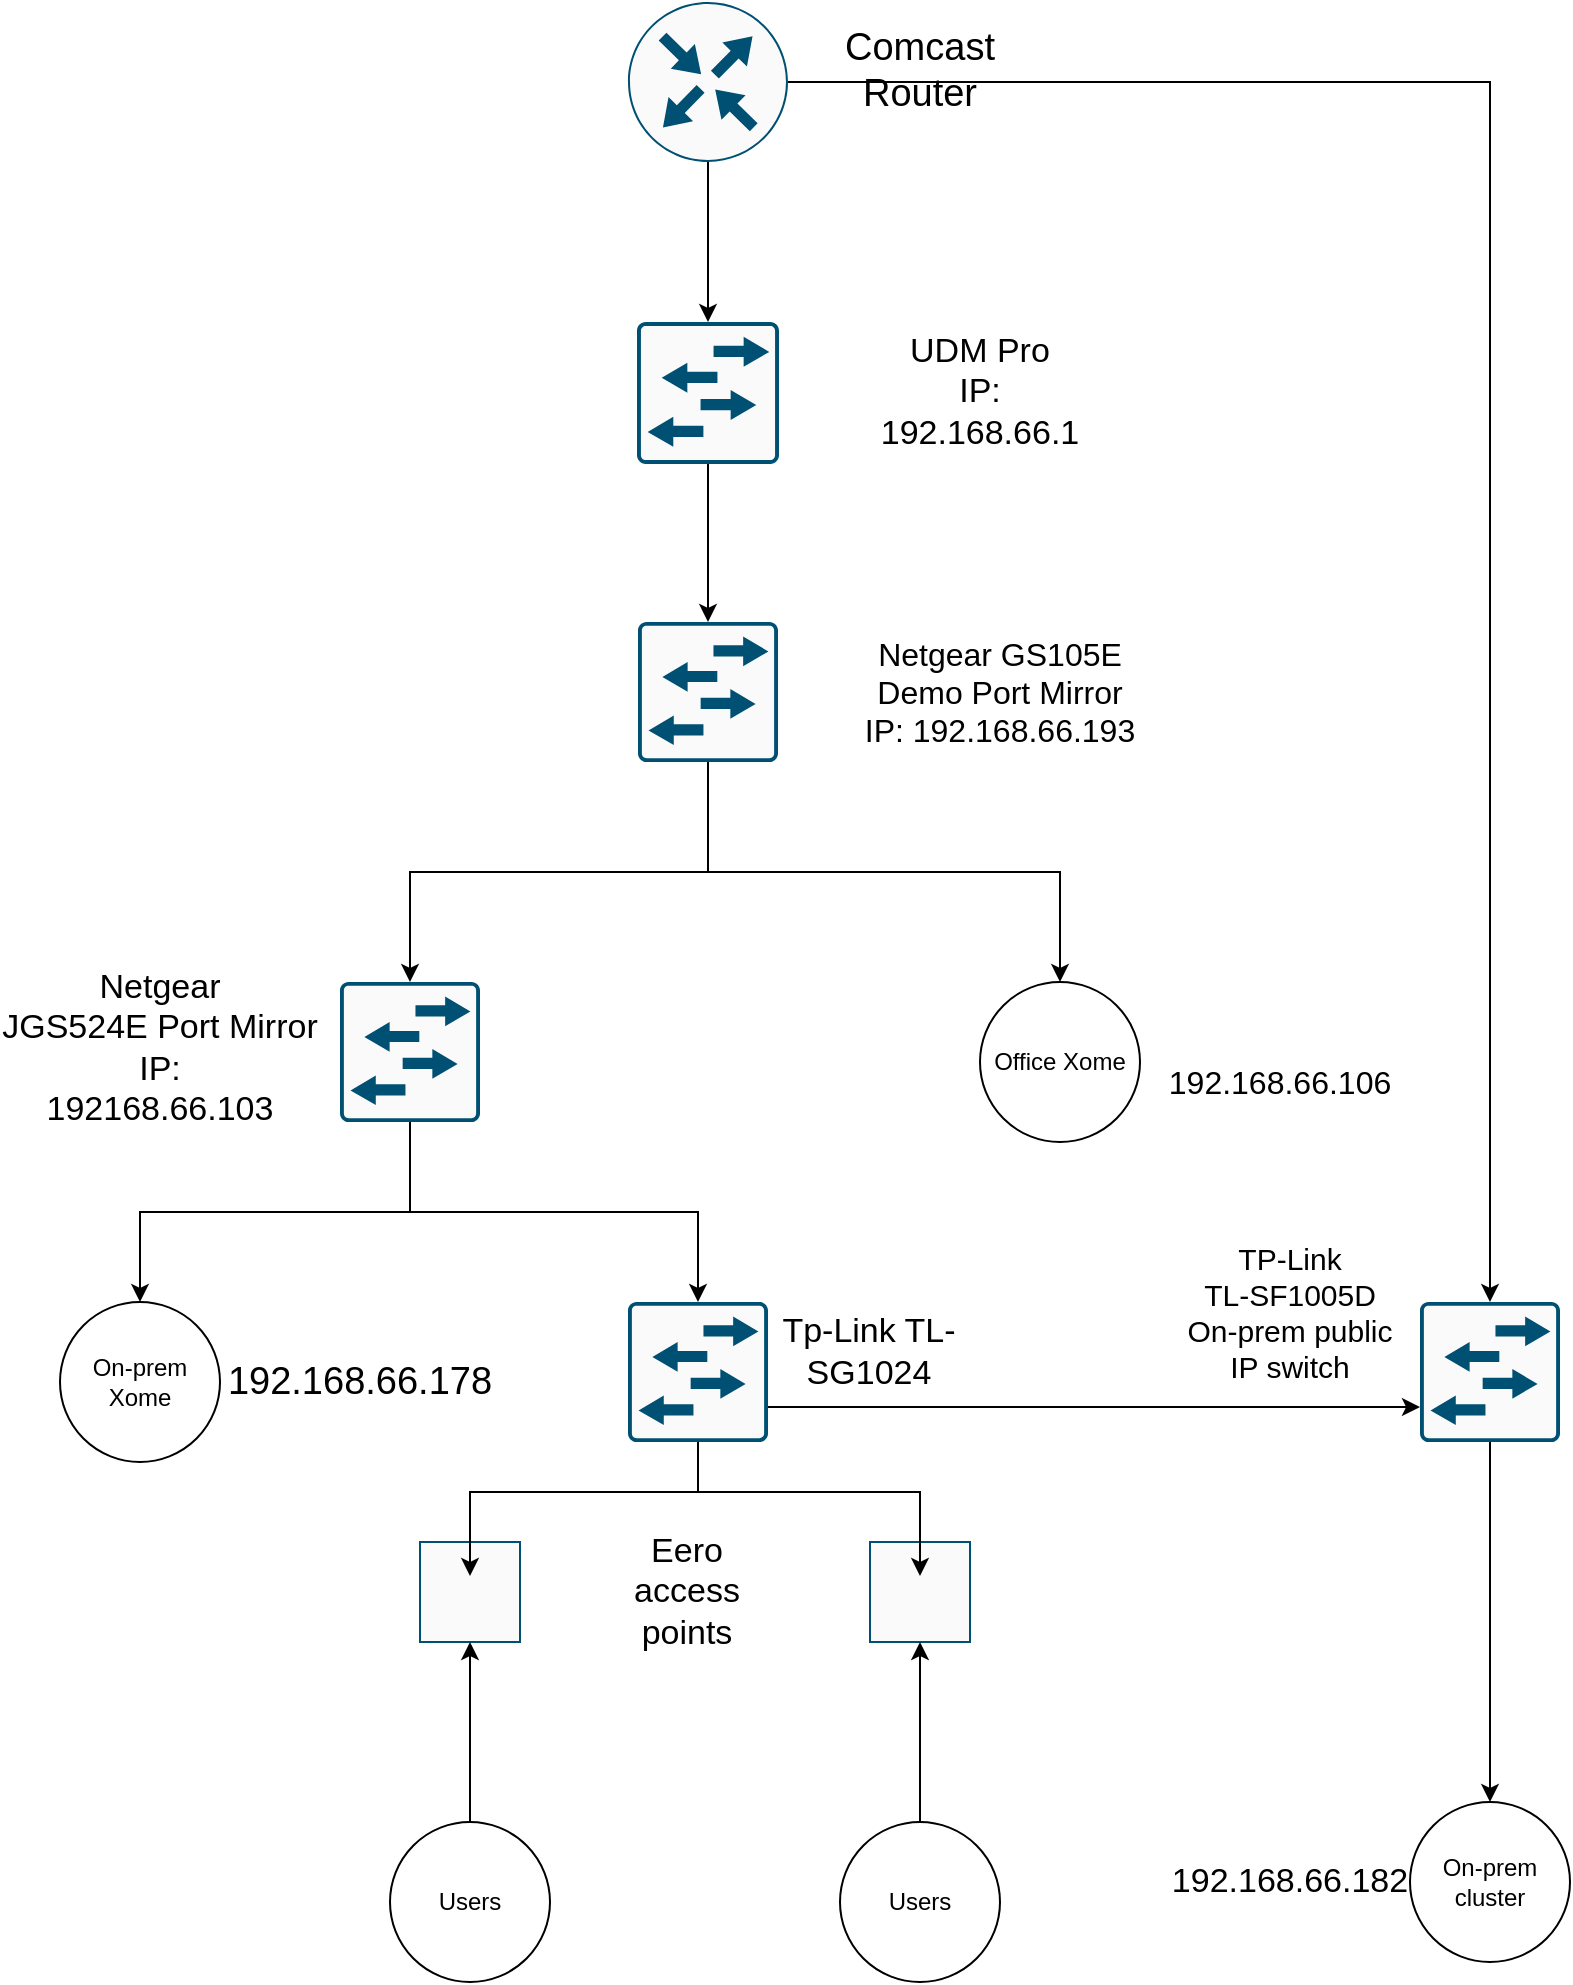
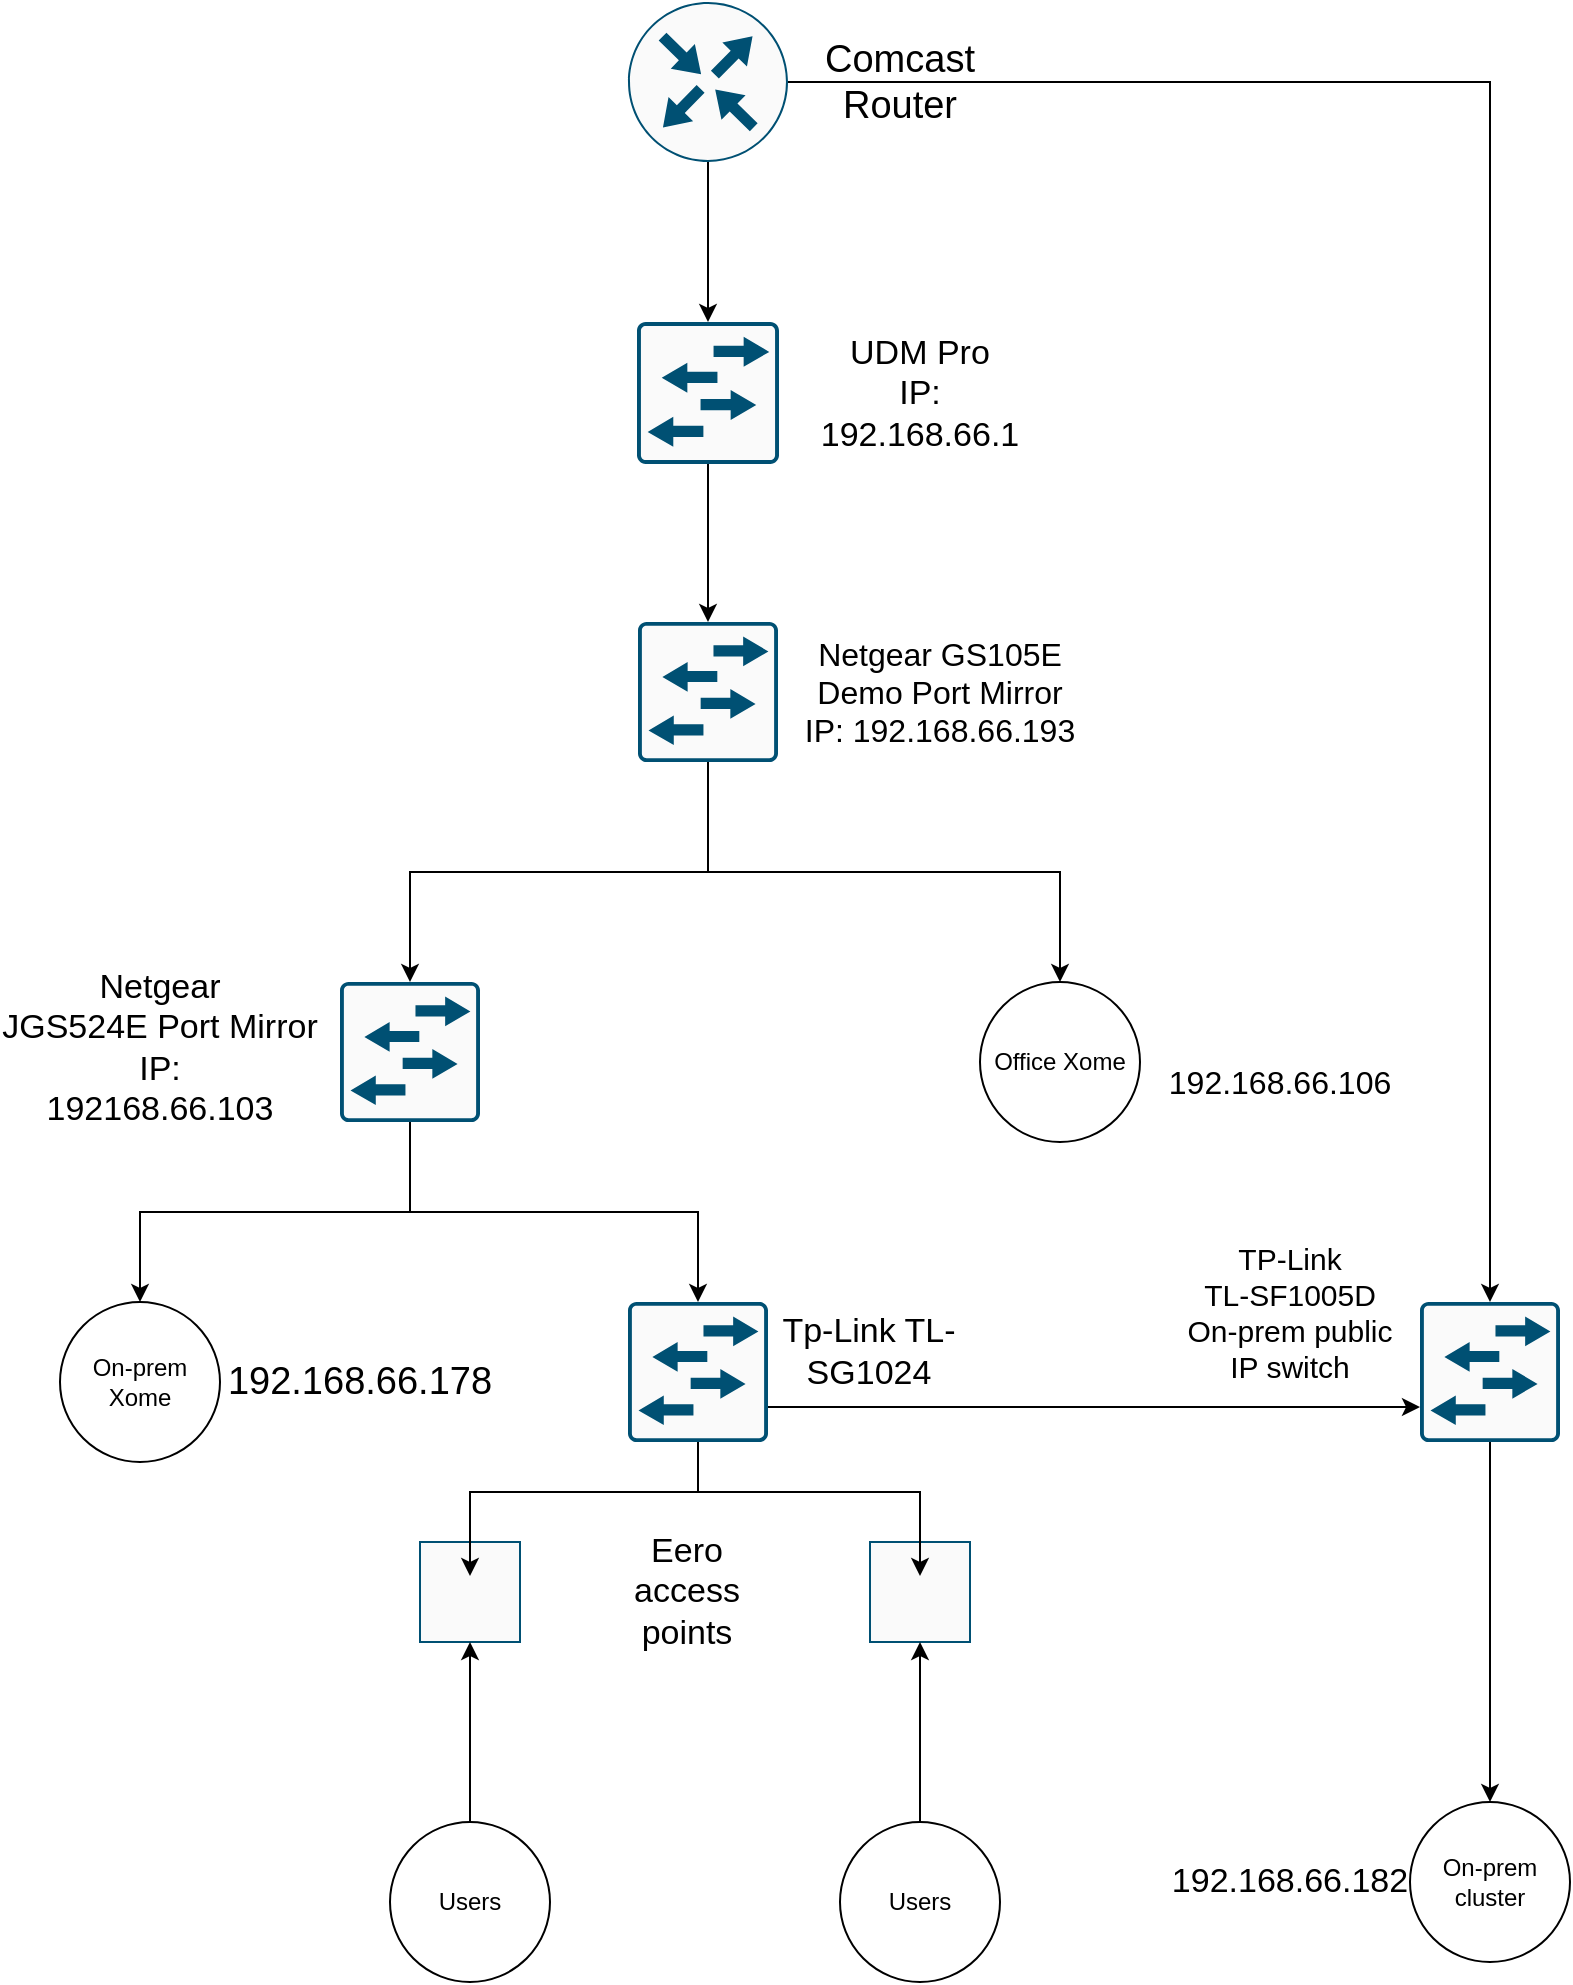
- <mxfile host="app.diagrams.net" agent="Mozilla/5.0 (Windows NT 10.0; Win64; x64) AppleWebKit/537.36 (KHTML, like Gecko) Chrome/146.0.0.0 Safari/537.36" version="29.6.1">
+ <mxfile host="app.diagrams.net" agent="Mozilla/5.0 (Windows NT 10.0; Win64; x64) AppleWebKit/537.36 (KHTML, like Gecko) Chrome/146.0.0.0 Safari/537.36" version="29.6.3">
  <diagram name="Page-1" id="R-Y7KBuCbYG2AV0lnIDv">
-     <mxGraphModel dx="2037" dy="1110" grid="1" gridSize="10" guides="1" tooltips="1" connect="1" arrows="1" fold="1" page="1" pageScale="1" pageWidth="850" pageHeight="1100" math="0" shadow="0">
+     <mxGraphModel dx="1901" dy="1036" grid="1" gridSize="10" guides="1" tooltips="1" connect="1" arrows="1" fold="1" page="1" pageScale="1" pageWidth="850" pageHeight="1100" math="0" shadow="0">
      <root>
        <mxCell id="0" />
        <mxCell id="1" parent="0" />
        <mxCell id="pAvqiTL6ukbmrRwUFuv0-3" parent="1" style="text;html=1;whiteSpace=wrap;strokeColor=none;fillColor=none;align=center;verticalAlign=middle;rounded=0;" value="&lt;font style=&quot;font-size: 19px;&quot;&gt;Comcast Router&lt;/font&gt;" vertex="1">
-           <mxGeometry height="30" width="60" x="480" y="59" as="geometry" />
+           <mxGeometry height="30" width="60" x="469.5" y="65" as="geometry" />
        </mxCell>
        <mxCell id="pAvqiTL6ukbmrRwUFuv0-4" parent="1" style="sketch=0;points=[[0.015,0.015,0],[0.985,0.015,0],[0.985,0.985,0],[0.015,0.985,0],[0.25,0,0],[0.5,0,0],[0.75,0,0],[1,0.25,0],[1,0.5,0],[1,0.75,0],[0.75,1,0],[0.5,1,0],[0.25,1,0],[0,0.75,0],[0,0.5,0],[0,0.25,0]];verticalLabelPosition=bottom;html=1;verticalAlign=top;aspect=fixed;align=center;pointerEvents=1;shape=mxgraph.cisco19.rect;prIcon=l2_switch;fillColor=#FAFAFA;strokeColor=#005073;" value="" vertex="1">
          <mxGeometry height="71" width="71" x="368.5" y="200" as="geometry" />
        </mxCell>
        <mxCell id="pAvqiTL6ukbmrRwUFuv0-7" parent="1" style="sketch=0;points=[[0.5,0,0],[1,0.5,0],[0.5,1,0],[0,0.5,0],[0.145,0.145,0],[0.8555,0.145,0],[0.855,0.8555,0],[0.145,0.855,0]];verticalLabelPosition=bottom;html=1;verticalAlign=top;aspect=fixed;align=center;pointerEvents=1;shape=mxgraph.cisco19.rect;prIcon=router;fillColor=#FAFAFA;strokeColor=#005073;" value="" vertex="1">
          <mxGeometry height="80" width="80" x="364" y="40" as="geometry" />
        </mxCell>
        <mxCell id="pAvqiTL6ukbmrRwUFuv0-8" edge="1" parent="1" source="pAvqiTL6ukbmrRwUFuv0-7" style="edgeStyle=orthogonalEdgeStyle;rounded=0;orthogonalLoop=1;jettySize=auto;html=1;exitX=0.5;exitY=1;exitDx=0;exitDy=0;exitPerimeter=0;entryX=0.5;entryY=0;entryDx=0;entryDy=0;entryPerimeter=0;" target="pAvqiTL6ukbmrRwUFuv0-4">
          <mxGeometry relative="1" as="geometry" />
        </mxCell>
        <mxCell id="pAvqiTL6ukbmrRwUFuv0-9" parent="1" style="text;html=1;whiteSpace=wrap;strokeColor=none;fillColor=none;align=center;verticalAlign=middle;rounded=0;" value="&lt;font style=&quot;font-size: 17px;&quot;&gt;UDM Pro&lt;/font&gt;&lt;div&gt;&lt;font style=&quot;font-size: 17px;&quot;&gt;IP:&lt;/font&gt;&lt;/div&gt;&lt;div&gt;&lt;font style=&quot;font-size: 17px;&quot;&gt;192.168.66.1&lt;/font&gt;&lt;/div&gt;" vertex="1">
-           <mxGeometry height="70" width="120" x="480" y="200" as="geometry" />
+           <mxGeometry height="70" width="120" x="450" y="201" as="geometry" />
        </mxCell>
        <mxCell id="pAvqiTL6ukbmrRwUFuv0-14" edge="1" parent="1" source="pAvqiTL6ukbmrRwUFuv0-10" style="edgeStyle=orthogonalEdgeStyle;rounded=0;orthogonalLoop=1;jettySize=auto;html=1;exitX=0.5;exitY=1;exitDx=0;exitDy=0;exitPerimeter=0;entryX=0.5;entryY=0;entryDx=0;entryDy=0;" target="pAvqiTL6ukbmrRwUFuv0-13">
          <mxGeometry relative="1" as="geometry" />
        </mxCell>
        <mxCell id="pAvqiTL6ukbmrRwUFuv0-10" parent="1" style="sketch=0;points=[[0.015,0.015,0],[0.985,0.015,0],[0.985,0.985,0],[0.015,0.985,0],[0.25,0,0],[0.5,0,0],[0.75,0,0],[1,0.25,0],[1,0.5,0],[1,0.75,0],[0.75,1,0],[0.5,1,0],[0.25,1,0],[0,0.75,0],[0,0.5,0],[0,0.25,0]];verticalLabelPosition=bottom;html=1;verticalAlign=top;aspect=fixed;align=center;pointerEvents=1;shape=mxgraph.cisco19.rect;prIcon=l2_switch;fillColor=#FAFAFA;strokeColor=#005073;" value="" vertex="1">
          <mxGeometry height="70" width="70" x="369" y="350" as="geometry" />
        </mxCell>
        <mxCell id="pAvqiTL6ukbmrRwUFuv0-11" edge="1" parent="1" source="pAvqiTL6ukbmrRwUFuv0-4" style="edgeStyle=orthogonalEdgeStyle;rounded=0;orthogonalLoop=1;jettySize=auto;html=1;exitX=0.5;exitY=1;exitDx=0;exitDy=0;exitPerimeter=0;entryX=0.5;entryY=0;entryDx=0;entryDy=0;entryPerimeter=0;" target="pAvqiTL6ukbmrRwUFuv0-10">
          <mxGeometry relative="1" as="geometry" />
        </mxCell>
        <mxCell id="pAvqiTL6ukbmrRwUFuv0-12" parent="1" style="text;html=1;whiteSpace=wrap;strokeColor=none;fillColor=none;align=center;verticalAlign=middle;rounded=0;" value="&lt;font style=&quot;font-size: 16px;&quot;&gt;Netgear GS105E Demo Port Mirror&lt;/font&gt;&lt;div&gt;&lt;font style=&quot;font-size: 16px;&quot;&gt;IP: 192.168.66.193&lt;/font&gt;&lt;/div&gt;" vertex="1">
-           <mxGeometry height="90" width="160" x="470" y="340" as="geometry" />
+           <mxGeometry height="90" width="160" x="440" y="340" as="geometry" />
        </mxCell>
        <mxCell id="pAvqiTL6ukbmrRwUFuv0-13" parent="1" style="ellipse;whiteSpace=wrap;html=1;aspect=fixed;" value="Office Xome" vertex="1">
          <mxGeometry height="80" width="80" x="540" y="530" as="geometry" />
        </mxCell>
        <mxCell id="pAvqiTL6ukbmrRwUFuv0-21" edge="1" parent="1" source="pAvqiTL6ukbmrRwUFuv0-16" style="edgeStyle=orthogonalEdgeStyle;rounded=0;orthogonalLoop=1;jettySize=auto;html=1;exitX=0.5;exitY=1;exitDx=0;exitDy=0;exitPerimeter=0;entryX=0.5;entryY=0;entryDx=0;entryDy=0;" target="pAvqiTL6ukbmrRwUFuv0-20">
          <mxGeometry relative="1" as="geometry" />
        </mxCell>
        <mxCell id="pAvqiTL6ukbmrRwUFuv0-16" parent="1" style="sketch=0;points=[[0.015,0.015,0],[0.985,0.015,0],[0.985,0.985,0],[0.015,0.985,0],[0.25,0,0],[0.5,0,0],[0.75,0,0],[1,0.25,0],[1,0.5,0],[1,0.75,0],[0.75,1,0],[0.5,1,0],[0.25,1,0],[0,0.75,0],[0,0.5,0],[0,0.25,0]];verticalLabelPosition=bottom;html=1;verticalAlign=top;aspect=fixed;align=center;pointerEvents=1;shape=mxgraph.cisco19.rect;prIcon=l2_switch;fillColor=#FAFAFA;strokeColor=#005073;" value="" vertex="1">
          <mxGeometry height="70" width="70" x="220" y="530" as="geometry" />
        </mxCell>
        <mxCell id="pAvqiTL6ukbmrRwUFuv0-17" edge="1" parent="1" source="pAvqiTL6ukbmrRwUFuv0-10" style="edgeStyle=orthogonalEdgeStyle;rounded=0;orthogonalLoop=1;jettySize=auto;html=1;exitX=0.5;exitY=1;exitDx=0;exitDy=0;exitPerimeter=0;entryX=0.5;entryY=0;entryDx=0;entryDy=0;entryPerimeter=0;" target="pAvqiTL6ukbmrRwUFuv0-16">
          <mxGeometry relative="1" as="geometry" />
        </mxCell>
        <mxCell id="pAvqiTL6ukbmrRwUFuv0-18" parent="1" style="text;html=1;whiteSpace=wrap;strokeColor=none;fillColor=none;align=center;verticalAlign=middle;rounded=0;" value="&lt;font style=&quot;font-size: 17px;&quot;&gt;Netgear&lt;/font&gt;&lt;div&gt;&lt;font style=&quot;font-size: 17px;&quot;&gt;JGS524E Port Mirror IP:&lt;/font&gt;&lt;/div&gt;&lt;div&gt;&lt;font style=&quot;font-size: 17px;&quot;&gt;192168.66.103&lt;/font&gt;&lt;/div&gt;" vertex="1">
          <mxGeometry height="95" width="160" x="50" y="515" as="geometry" />
        </mxCell>
        <mxCell id="pAvqiTL6ukbmrRwUFuv0-19" parent="1" style="text;html=1;whiteSpace=wrap;strokeColor=none;fillColor=none;align=center;verticalAlign=middle;rounded=0;" value="&lt;font style=&quot;font-size: 16px;&quot;&gt;192.168.66.106&lt;/font&gt;" vertex="1">
          <mxGeometry height="40" width="120" x="630" y="560" as="geometry" />
        </mxCell>
        <mxCell id="pAvqiTL6ukbmrRwUFuv0-20" parent="1" style="ellipse;whiteSpace=wrap;html=1;aspect=fixed;" value="On-prem Xome" vertex="1">
          <mxGeometry height="80" width="80" x="80" y="690" as="geometry" />
        </mxCell>
        <mxCell id="pAvqiTL6ukbmrRwUFuv0-22" parent="1" style="sketch=0;points=[[0.015,0.015,0],[0.985,0.015,0],[0.985,0.985,0],[0.015,0.985,0],[0.25,0,0],[0.5,0,0],[0.75,0,0],[1,0.25,0],[1,0.5,0],[1,0.75,0],[0.75,1,0],[0.5,1,0],[0.25,1,0],[0,0.75,0],[0,0.5,0],[0,0.25,0]];verticalLabelPosition=bottom;html=1;verticalAlign=top;aspect=fixed;align=center;pointerEvents=1;shape=mxgraph.cisco19.rect;prIcon=l2_switch;fillColor=#FAFAFA;strokeColor=#005073;" value="" vertex="1">
          <mxGeometry height="70" width="70" x="364" y="690" as="geometry" />
        </mxCell>
        <mxCell id="pAvqiTL6ukbmrRwUFuv0-23" parent="1" style="text;html=1;whiteSpace=wrap;strokeColor=none;fillColor=none;align=center;verticalAlign=middle;rounded=0;" value="&lt;font style=&quot;font-size: 17px;&quot;&gt;Tp-Link TL-SG1024&lt;/font&gt;" vertex="1">
          <mxGeometry height="30" width="90.5" x="439" y="700" as="geometry" />
        </mxCell>
        <mxCell id="pAvqiTL6ukbmrRwUFuv0-24" edge="1" parent="1" source="pAvqiTL6ukbmrRwUFuv0-16" style="edgeStyle=orthogonalEdgeStyle;rounded=0;orthogonalLoop=1;jettySize=auto;html=1;exitX=0.5;exitY=1;exitDx=0;exitDy=0;exitPerimeter=0;entryX=0.5;entryY=0;entryDx=0;entryDy=0;entryPerimeter=0;" target="pAvqiTL6ukbmrRwUFuv0-22">
          <mxGeometry relative="1" as="geometry" />
        </mxCell>
        <mxCell id="pAvqiTL6ukbmrRwUFuv0-25" parent="1" style="points=[[0.03,0.36,0],[0.18,0,0],[0.5,0.34,0],[0.82,0,0],[0.97,0.36,0],[1,0.67,0],[0.975,0.975,0],[0.5,1,0],[0.025,0.975,0],[0,0.67,0]];verticalLabelPosition=bottom;sketch=0;html=1;verticalAlign=top;aspect=fixed;align=center;pointerEvents=1;shape=mxgraph.cisco19.wireless_access_point2;fillColor=#fafafa;strokeColor=#005073;" value="" vertex="1">
          <mxGeometry height="50" width="50" x="260" y="810" as="geometry" />
        </mxCell>
        <mxCell id="pAvqiTL6ukbmrRwUFuv0-26" parent="1" style="points=[[0.03,0.36,0],[0.18,0,0],[0.5,0.34,0],[0.82,0,0],[0.97,0.36,0],[1,0.67,0],[0.975,0.975,0],[0.5,1,0],[0.025,0.975,0],[0,0.67,0]];verticalLabelPosition=bottom;sketch=0;html=1;verticalAlign=top;aspect=fixed;align=center;pointerEvents=1;shape=mxgraph.cisco19.wireless_access_point2;fillColor=#fafafa;strokeColor=#005073;" value="" vertex="1">
          <mxGeometry height="50" width="50" x="485" y="810" as="geometry" />
        </mxCell>
        <mxCell id="pAvqiTL6ukbmrRwUFuv0-27" edge="1" parent="1" source="pAvqiTL6ukbmrRwUFuv0-22" style="edgeStyle=orthogonalEdgeStyle;rounded=0;orthogonalLoop=1;jettySize=auto;html=1;exitX=0.5;exitY=1;exitDx=0;exitDy=0;exitPerimeter=0;entryX=0.5;entryY=0.34;entryDx=0;entryDy=0;entryPerimeter=0;" target="pAvqiTL6ukbmrRwUFuv0-25">
          <mxGeometry relative="1" as="geometry" />
        </mxCell>
        <mxCell id="pAvqiTL6ukbmrRwUFuv0-28" edge="1" parent="1" source="pAvqiTL6ukbmrRwUFuv0-22" style="edgeStyle=orthogonalEdgeStyle;rounded=0;orthogonalLoop=1;jettySize=auto;html=1;exitX=0.5;exitY=1;exitDx=0;exitDy=0;exitPerimeter=0;entryX=0.5;entryY=0.34;entryDx=0;entryDy=0;entryPerimeter=0;" target="pAvqiTL6ukbmrRwUFuv0-26">
          <mxGeometry relative="1" as="geometry" />
        </mxCell>
        <mxCell id="pAvqiTL6ukbmrRwUFuv0-29" parent="1" style="text;html=1;whiteSpace=wrap;strokeColor=none;fillColor=none;align=center;verticalAlign=middle;rounded=0;" value="&lt;font style=&quot;font-size: 17px;&quot;&gt;Eero access points&lt;/font&gt;" vertex="1">
          <mxGeometry height="50" width="81" x="353" y="810" as="geometry" />
        </mxCell>
        <mxCell id="pAvqiTL6ukbmrRwUFuv0-30" parent="1" style="ellipse;whiteSpace=wrap;html=1;aspect=fixed;" value="Users" vertex="1">
          <mxGeometry height="80" width="80" x="245" y="950" as="geometry" />
        </mxCell>
        <mxCell id="pAvqiTL6ukbmrRwUFuv0-31" parent="1" style="ellipse;whiteSpace=wrap;html=1;aspect=fixed;" value="Users" vertex="1">
          <mxGeometry height="80" width="80" x="470" y="950" as="geometry" />
        </mxCell>
        <mxCell id="pAvqiTL6ukbmrRwUFuv0-32" edge="1" parent="1" source="pAvqiTL6ukbmrRwUFuv0-30" style="edgeStyle=orthogonalEdgeStyle;rounded=0;orthogonalLoop=1;jettySize=auto;html=1;exitX=0.5;exitY=0;exitDx=0;exitDy=0;entryX=0.5;entryY=1;entryDx=0;entryDy=0;entryPerimeter=0;" target="pAvqiTL6ukbmrRwUFuv0-25">
          <mxGeometry relative="1" as="geometry" />
        </mxCell>
        <mxCell id="pAvqiTL6ukbmrRwUFuv0-33" edge="1" parent="1" source="pAvqiTL6ukbmrRwUFuv0-31" style="edgeStyle=orthogonalEdgeStyle;rounded=0;orthogonalLoop=1;jettySize=auto;html=1;exitX=0.5;exitY=0;exitDx=0;exitDy=0;entryX=0.5;entryY=1;entryDx=0;entryDy=0;entryPerimeter=0;" target="pAvqiTL6ukbmrRwUFuv0-26">
          <mxGeometry relative="1" as="geometry" />
        </mxCell>
        <mxCell id="pAvqiTL6ukbmrRwUFuv0-39" edge="1" parent="1" source="pAvqiTL6ukbmrRwUFuv0-34" style="edgeStyle=orthogonalEdgeStyle;rounded=0;orthogonalLoop=1;jettySize=auto;html=1;exitX=0.5;exitY=1;exitDx=0;exitDy=0;exitPerimeter=0;entryX=0.5;entryY=0;entryDx=0;entryDy=0;" target="pAvqiTL6ukbmrRwUFuv0-38">
          <mxGeometry relative="1" as="geometry" />
        </mxCell>
        <mxCell id="pAvqiTL6ukbmrRwUFuv0-34" parent="1" style="sketch=0;points=[[0.015,0.015,0],[0.985,0.015,0],[0.985,0.985,0],[0.015,0.985,0],[0.25,0,0],[0.5,0,0],[0.75,0,0],[1,0.25,0],[1,0.5,0],[1,0.75,0],[0.75,1,0],[0.5,1,0],[0.25,1,0],[0,0.75,0],[0,0.5,0],[0,0.25,0]];verticalLabelPosition=bottom;html=1;verticalAlign=top;aspect=fixed;align=center;pointerEvents=1;shape=mxgraph.cisco19.rect;prIcon=l2_switch;fillColor=#FAFAFA;strokeColor=#005073;" value="" vertex="1">
          <mxGeometry height="70" width="70" x="760" y="690" as="geometry" />
        </mxCell>
        <mxCell id="pAvqiTL6ukbmrRwUFuv0-35" edge="1" parent="1" source="pAvqiTL6ukbmrRwUFuv0-7" style="edgeStyle=orthogonalEdgeStyle;rounded=0;orthogonalLoop=1;jettySize=auto;html=1;exitX=1;exitY=0.5;exitDx=0;exitDy=0;exitPerimeter=0;entryX=0.5;entryY=0;entryDx=0;entryDy=0;entryPerimeter=0;" target="pAvqiTL6ukbmrRwUFuv0-34">
          <mxGeometry relative="1" as="geometry" />
        </mxCell>
        <mxCell id="pAvqiTL6ukbmrRwUFuv0-36" edge="1" parent="1" source="pAvqiTL6ukbmrRwUFuv0-22" style="edgeStyle=orthogonalEdgeStyle;rounded=0;orthogonalLoop=1;jettySize=auto;html=1;exitX=1;exitY=0.75;exitDx=0;exitDy=0;exitPerimeter=0;entryX=0;entryY=0.75;entryDx=0;entryDy=0;entryPerimeter=0;" target="pAvqiTL6ukbmrRwUFuv0-34">
          <mxGeometry relative="1" as="geometry" />
        </mxCell>
        <mxCell id="pAvqiTL6ukbmrRwUFuv0-37" parent="1" style="text;html=1;whiteSpace=wrap;strokeColor=none;fillColor=none;align=center;verticalAlign=middle;rounded=0;" value="&lt;div&gt;&lt;font style=&quot;font-size: 15px;&quot;&gt;TP-Link&lt;/font&gt;&lt;/div&gt;&lt;font style=&quot;font-size: 15px;&quot;&gt;TL-SF1005D&lt;/font&gt;&lt;div&gt;&lt;span style=&quot;font-size: 15px;&quot;&gt;On-prem public IP switch&lt;/span&gt;&lt;/div&gt;" vertex="1">
          <mxGeometry height="30" width="110" x="640" y="680" as="geometry" />
        </mxCell>
        <mxCell id="pAvqiTL6ukbmrRwUFuv0-38" parent="1" style="ellipse;whiteSpace=wrap;html=1;aspect=fixed;" value="On-prem cluster" vertex="1">
          <mxGeometry height="80" width="80" x="755" y="940" as="geometry" />
        </mxCell>
        <mxCell id="pAvqiTL6ukbmrRwUFuv0-40" parent="1" style="text;html=1;whiteSpace=wrap;strokeColor=none;fillColor=none;align=center;verticalAlign=middle;rounded=0;" value="&lt;font style=&quot;font-size: 19px;&quot;&gt;192.168.66.178&lt;/font&gt;" vertex="1">
          <mxGeometry height="30" width="140" x="160" y="715" as="geometry" />
        </mxCell>
        <mxCell id="pAvqiTL6ukbmrRwUFuv0-41" parent="1" style="text;html=1;whiteSpace=wrap;strokeColor=none;fillColor=none;align=center;verticalAlign=middle;rounded=0;" value="&lt;font style=&quot;font-size: 17px;&quot;&gt;192.168.66.182&lt;/font&gt;" vertex="1">
          <mxGeometry height="30" width="60" x="665" y="965" as="geometry" />
        </mxCell>
      </root>
    </mxGraphModel>
  </diagram>
</mxfile>
